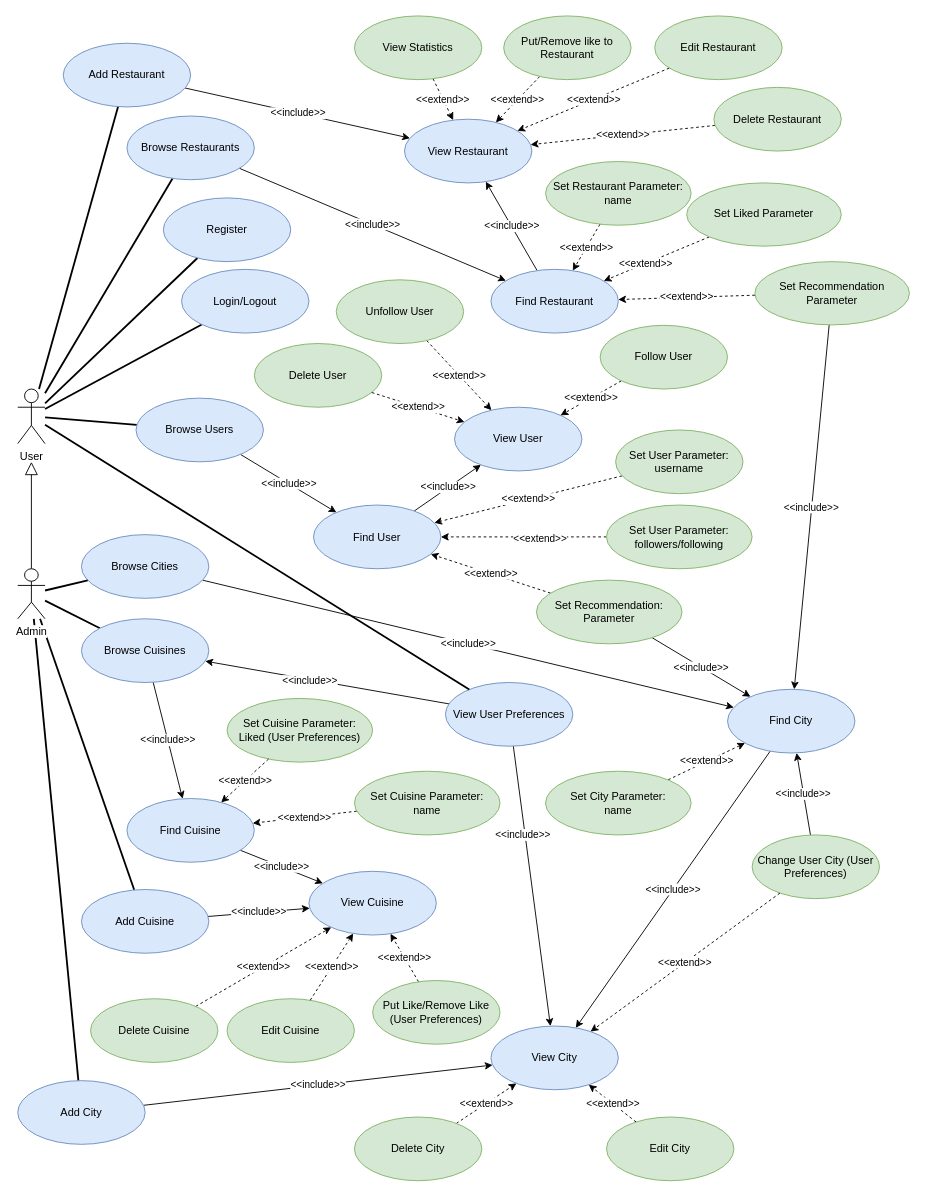
Earlier version of the draw.io diagram diagrams/usecases.drawio (spampas/restaurant_recommendation_graphdb). Source tidied: cells renumbered, new cells numbered last; positions are measured from the earlier drawing's top-left corner, leaving out a move shared by most shapes. Both pictures are drawn from the tidied source at 91%, with x=0, y=0 at pixel (17, 15).
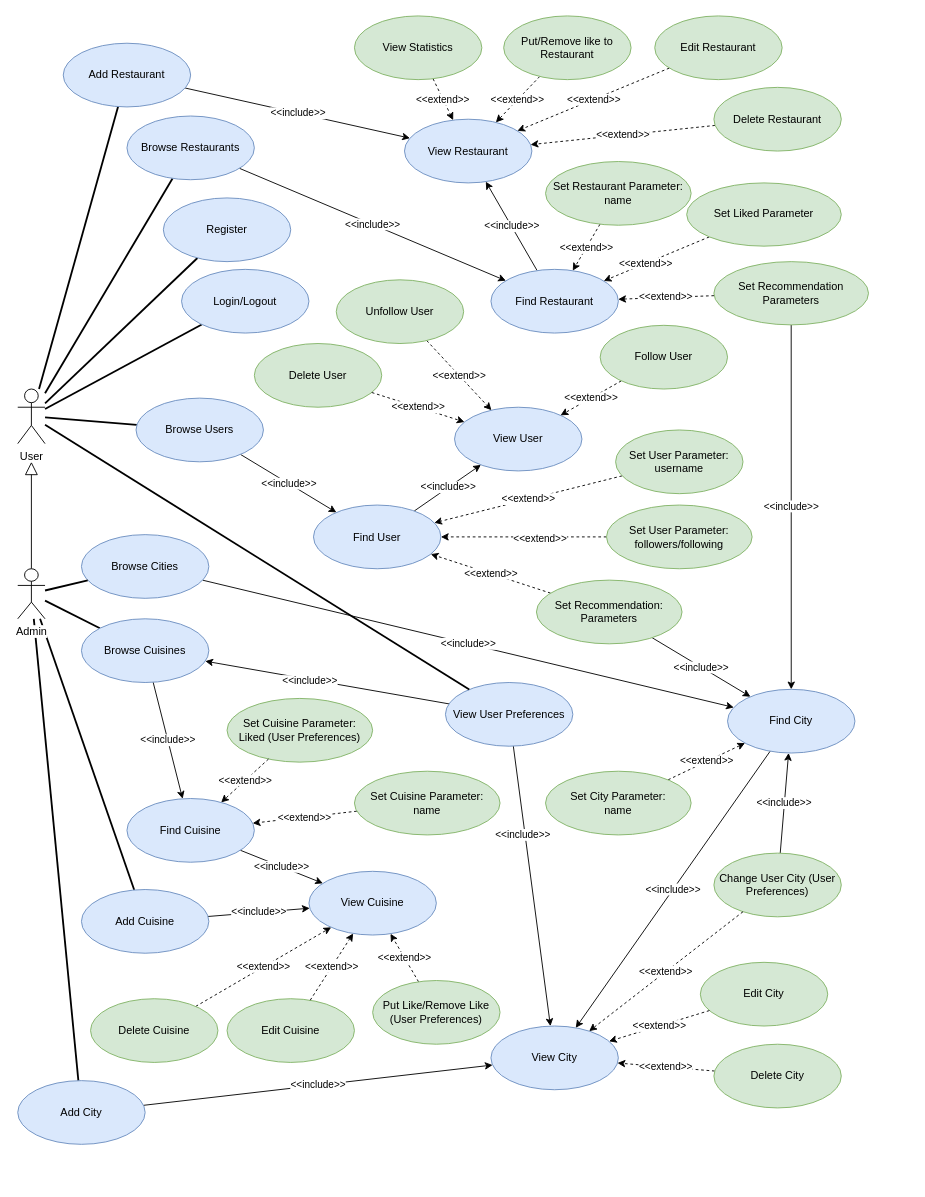
The same diagram, later.

Change to the diagram source:
```diff
@@
-    <mxCell id="36" value="Set Recommendation Parameter" style="ellipse;whiteSpace=wrap;html=1;fontSize=12;fillColor=#d5e8d4;strokeColor=#82b366;" parent="1" vertex="1">
-      <mxGeometry x="810" y="270" width="169.9" height="69.5" as="geometry" />
+    <mxCell id="36" value="Set Recommendation Parameters" style="ellipse;whiteSpace=wrap;html=1;fontSize=12;fillColor=#d5e8d4;strokeColor=#82b366;" parent="1" vertex="1">
+      <mxGeometry x="765" y="270" width="169.9" height="69.5" as="geometry" />
     </mxCell>
@@
-    <mxCell id="41" value="Set Recommendation: Parameter" style="ellipse;whiteSpace=wrap;html=1;fontSize=12;fillColor=#d5e8d4;strokeColor=#82b366;" parent="1" vertex="1">
+    <mxCell id="41" value="Set Recommendation: Parameters" style="ellipse;whiteSpace=wrap;html=1;fontSize=12;fillColor=#d5e8d4;strokeColor=#82b366;" parent="1" vertex="1">
       <mxGeometry x="570" y="620" width="160" height="70" as="geometry" />
     </mxCell>
@@
     <mxCell id="55" value="Delete City" style="ellipse;whiteSpace=wrap;html=1;fontSize=12;fillColor=#d5e8d4;strokeColor=#82b366;" parent="1" vertex="1">
-      <mxGeometry x="370" y="1210" width="140" height="70" as="geometry" />
+      <mxGeometry x="765" y="1130" width="140" height="70" as="geometry" />
     </mxCell>
@@
     <mxCell id="79" value="Edit City" style="ellipse;whiteSpace=wrap;html=1;fontSize=12;fillColor=#d5e8d4;strokeColor=#82b366;" parent="1" vertex="1">
-      <mxGeometry x="647" y="1210" width="140" height="70" as="geometry" />
+      <mxGeometry x="750.1" y="1040" width="140" height="70" as="geometry" />
     </mxCell>
@@
     <mxCell id="89" value="Change User City (User Preferences)" style="ellipse;whiteSpace=wrap;html=1;fontSize=12;fillColor=#d5e8d4;strokeColor=#82b366;" parent="1" vertex="1">
-      <mxGeometry x="807" y="900" width="140" height="70" as="geometry" />
+      <mxGeometry x="765" y="920" width="140" height="70" as="geometry" />
     </mxCell>
```
